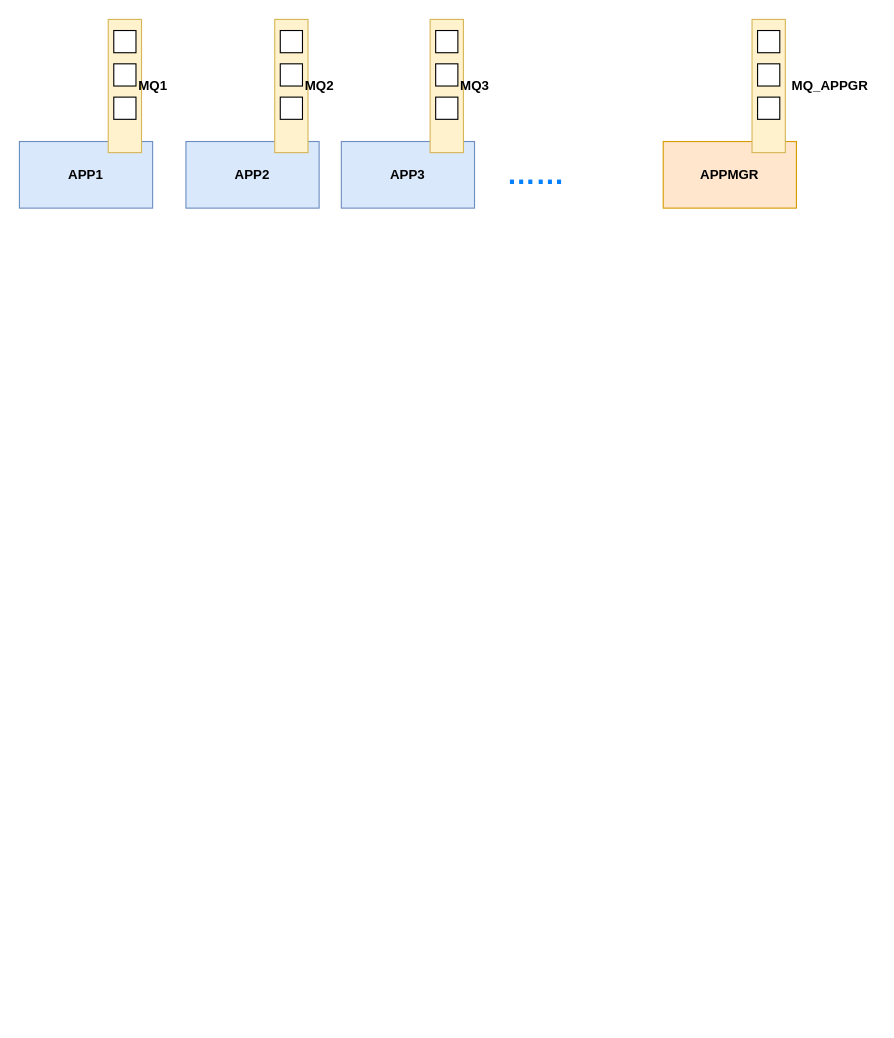
Earlier version of the draw.io diagram Appmgr消息机制.drawio (watercjr/Data-Center). Source tidied: cells renumbered, new cells numbered last; positions are measured from the earlier drawing's top-left corner, leaving out a move shared by most shapes. Both pictures are drawn from the tidied source at 111%, with x=0, y=0 at pixel (19, 19).
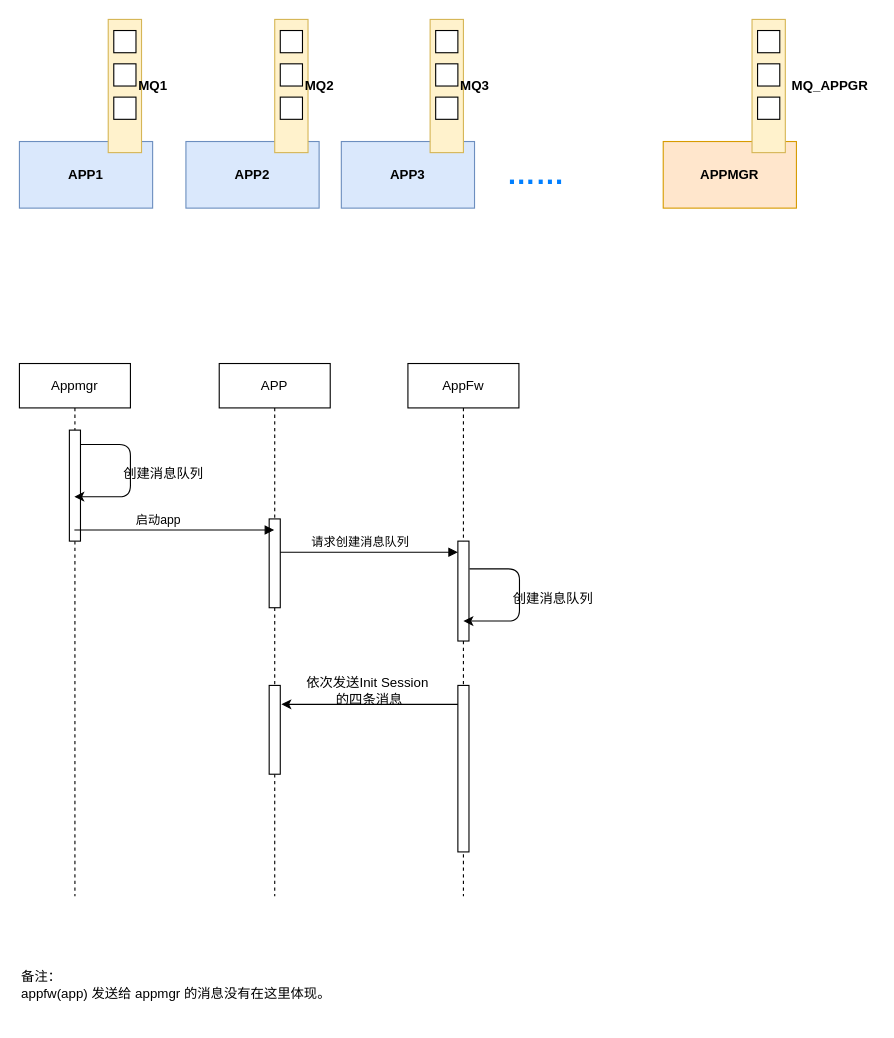
The same diagram, later.

Diff of the diagram source:
```diff
@@
+    <mxCell id="27" value="APP" style="shape=umlLifeline;perimeter=lifelinePerimeter;whiteSpace=wrap;html=1;outlineConnect=0;" parent="1" vertex="1">
+      <mxGeometry x="180" y="310" width="100" height="480" as="geometry" />
+    </mxCell>
+    <mxCell id="28" style="html=1;perimeter=orthogonalPerimeter;" parent="27" vertex="1">
+      <mxGeometry x="45" y="140" width="10" height="80" as="geometry" />
+    </mxCell>
+    <mxCell id="29" style="html=1;points=[];perimeter=orthogonalPerimeter;" parent="27" vertex="1">
+      <mxGeometry x="45" y="290" width="10" height="80" as="geometry" />
+    </mxCell>
+    <mxCell id="30" value="AppFw" style="shape=umlLifeline;perimeter=lifelinePerimeter;whiteSpace=wrap;html=1;" parent="1" vertex="1">
+      <mxGeometry x="350" y="310" width="100" height="480" as="geometry" />
+    </mxCell>
+    <mxCell id="31" style="html=1;points=[];perimeter=orthogonalPerimeter;" parent="30" vertex="1">
+      <mxGeometry x="45" y="160" width="10" height="90" as="geometry" />
+    </mxCell>
+    <mxCell id="32" style="html=1;points=[];perimeter=orthogonalPerimeter;" parent="30" vertex="1">
+      <mxGeometry x="45" y="290" width="10" height="150" as="geometry" />
+    </mxCell>
+    <mxCell id="33" value="Appmgr" style="shape=umlLifeline;perimeter=lifelinePerimeter;whiteSpace=wrap;html=1;outlineConnect=0;" parent="1" vertex="1">
+      <mxGeometry y="310" width="100" height="480" as="geometry" />
+    </mxCell>
+    <mxCell id="34" style="html=1;perimeter=orthogonalPerimeter;" parent="33" vertex="1">
+      <mxGeometry x="45" y="60" width="10" height="100" as="geometry" />
+    </mxCell>
+    <mxCell id="35" style="endArrow=classic;html=1;" parent="33" edge="1" target="33">
+      <mxGeometry relative="1" as="geometry">
+        <mxPoint x="55" y="73" as="sourcePoint" />
+        <Array as="points">
+          <mxPoint x="100" y="73" />
+          <mxPoint x="100" y="120" />
+        </Array>
+      </mxGeometry>
+    </mxCell>
+    <mxCell id="36" value="启动app" style="html=1;verticalAlign=bottom;endArrow=block;" parent="1" edge="1" source="33" target="27">
+      <mxGeometry x="-0.17" relative="1" as="geometry">
+        <Array as="points">
+          <mxPoint x="150" y="460" />
+        </Array>
+      </mxGeometry>
+    </mxCell>
+    <mxCell id="37" value="创建消息队列" style="text;html=1;strokeColor=none;fillColor=none;align=center;verticalAlign=middle;whiteSpace=wrap;rounded=0;" parent="1" vertex="1">
+      <mxGeometry x="90" y="400" width="80" height="20" as="geometry" />
+    </mxCell>
+    <mxCell id="38" value="请求创建消息队列" style="html=1;verticalAlign=bottom;endArrow=block;" parent="1" edge="1" target="31">
+      <mxGeometry x="-0.1" relative="1" as="geometry">
+        <mxPoint x="235" y="480" as="sourcePoint" />
+      </mxGeometry>
+    </mxCell>
+    <mxCell id="39" style="endArrow=classic;html=1;" parent="1" edge="1">
+      <mxGeometry relative="1" as="geometry">
+        <mxPoint x="405.5" y="495" as="sourcePoint" />
+        <mxPoint x="400" y="542" as="targetPoint" />
+        <Array as="points">
+          <mxPoint x="450.5" y="495" />
+          <mxPoint x="450.5" y="542" />
+        </Array>
+      </mxGeometry>
+    </mxCell>
+    <mxCell id="40" value="创建消息队列" style="text;html=1;strokeColor=none;fillColor=none;align=center;verticalAlign=middle;whiteSpace=wrap;rounded=0;" parent="1" vertex="1">
+      <mxGeometry x="440.5" y="512" width="80" height="20" as="geometry" />
+    </mxCell>
+    <mxCell id="41" style="endArrow=classic;html=1;entryX=1.1;entryY=0.213;entryDx=0;entryDy=0;entryPerimeter=0;" parent="1" edge="1" source="32" target="29">
+      <mxGeometry relative="1" as="geometry" />
+    </mxCell>
+    <mxCell id="42" value="依次发送&lt;span&gt;Init&lt;/span&gt;&lt;span&gt; Session&amp;nbsp;&lt;br&gt;的四条消息&lt;br&gt;&lt;/span&gt;" style="text;html=1;align=center;verticalAlign=middle;strokeColor=none;" parent="1" vertex="1">
+      <mxGeometry x="250" y="590" width="130" height="30" as="geometry" />
+    </mxCell>
+    <mxCell id="43" value="备注：&lt;br&gt;appfw(app) 发送给&amp;nbsp;appmgr 的消息没有在这里体现。" style="text;html=1;strokeColor=none;fillColor=none;align=left;verticalAlign=middle;whiteSpace=wrap;rounded=0;" parent="1" vertex="1">
+      <mxGeometry y="840" width="340" height="60" as="geometry" />
+    </mxCell>
```
